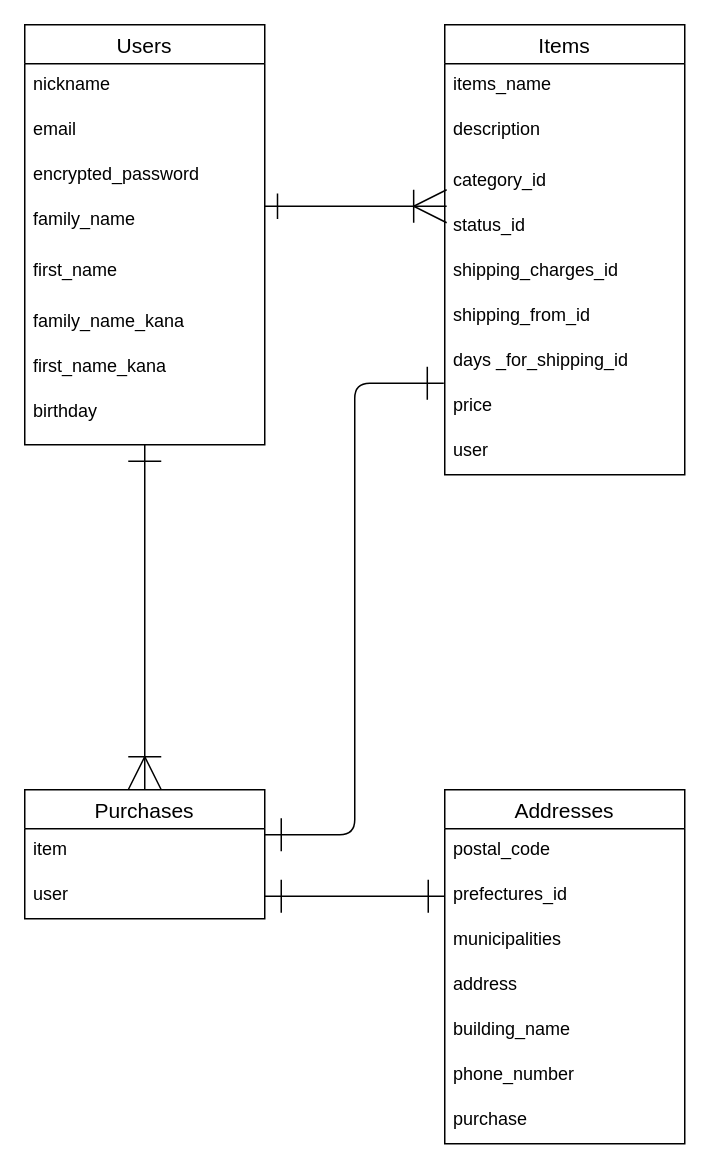
Above: furima.dio in juuata/furima-38787 (draw.io), before the change. Source tidied: cells renumbered, new cells numbered last; positions are measured from the earlier drawing's top-left corner, leaving out a move shared by most shapes. Both pictures are drawn from the tidied source at 150%, with x=0, y=0 at pixel (24, 24).
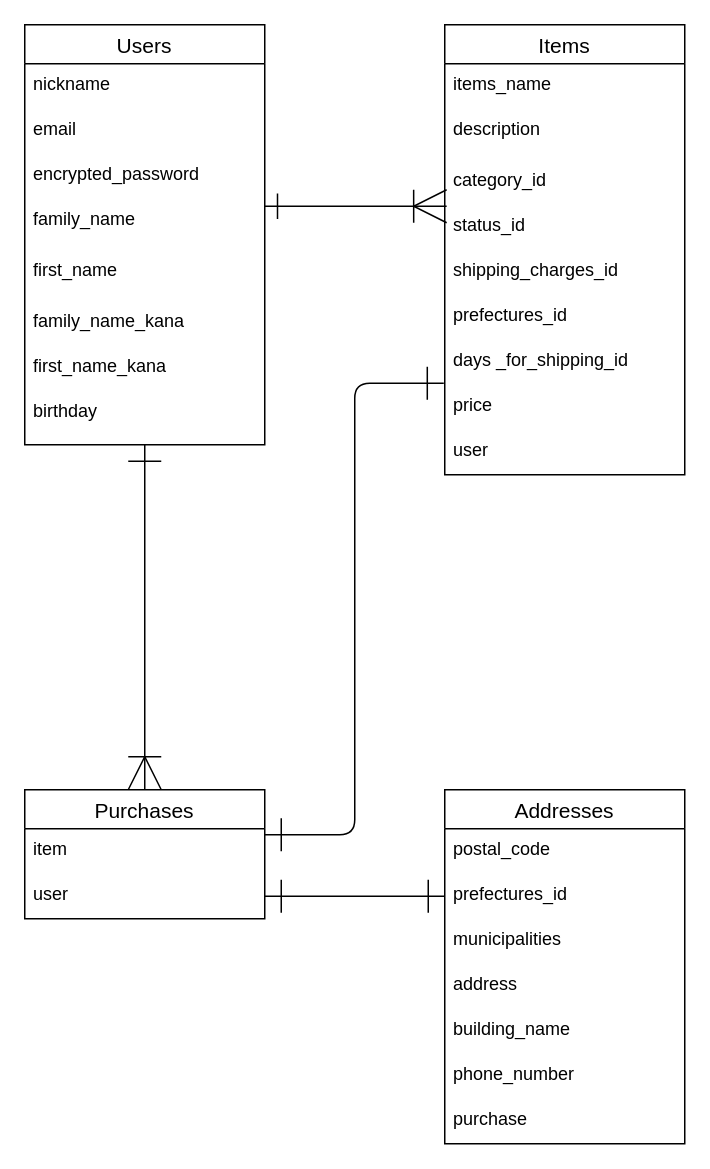
The same diagram, later.

Commit message (it also covers changes not shown here):
ER図とREADMEの設計 修正版２

The change refers to these unchanged cells:
```xml
<mxCell id="11" value="Items" style="swimlane;fontStyle=0;horizontal=1;startSize=26;align=center;fontSize=14;" parent="1" vertex="1">
  <mxGeometry x="280" width="160" height="300" as="geometry" />
</mxCell>
```

What changed in the source:
```diff
@@
-    <mxCell id="17" value="shipping_from_id" style="text;strokeColor=none;fillColor=none;spacingLeft=4;spacingRight=4;overflow=hidden;fontSize=12;" parent="11" vertex="1">
+    <mxCell id="17" value="prefectures_id" style="text;strokeColor=none;fillColor=none;spacingLeft=4;spacingRight=4;overflow=hidden;fontSize=12;" parent="11" vertex="1">
       <mxGeometry y="180" width="160" height="30" as="geometry" />
     </mxCell>
```
